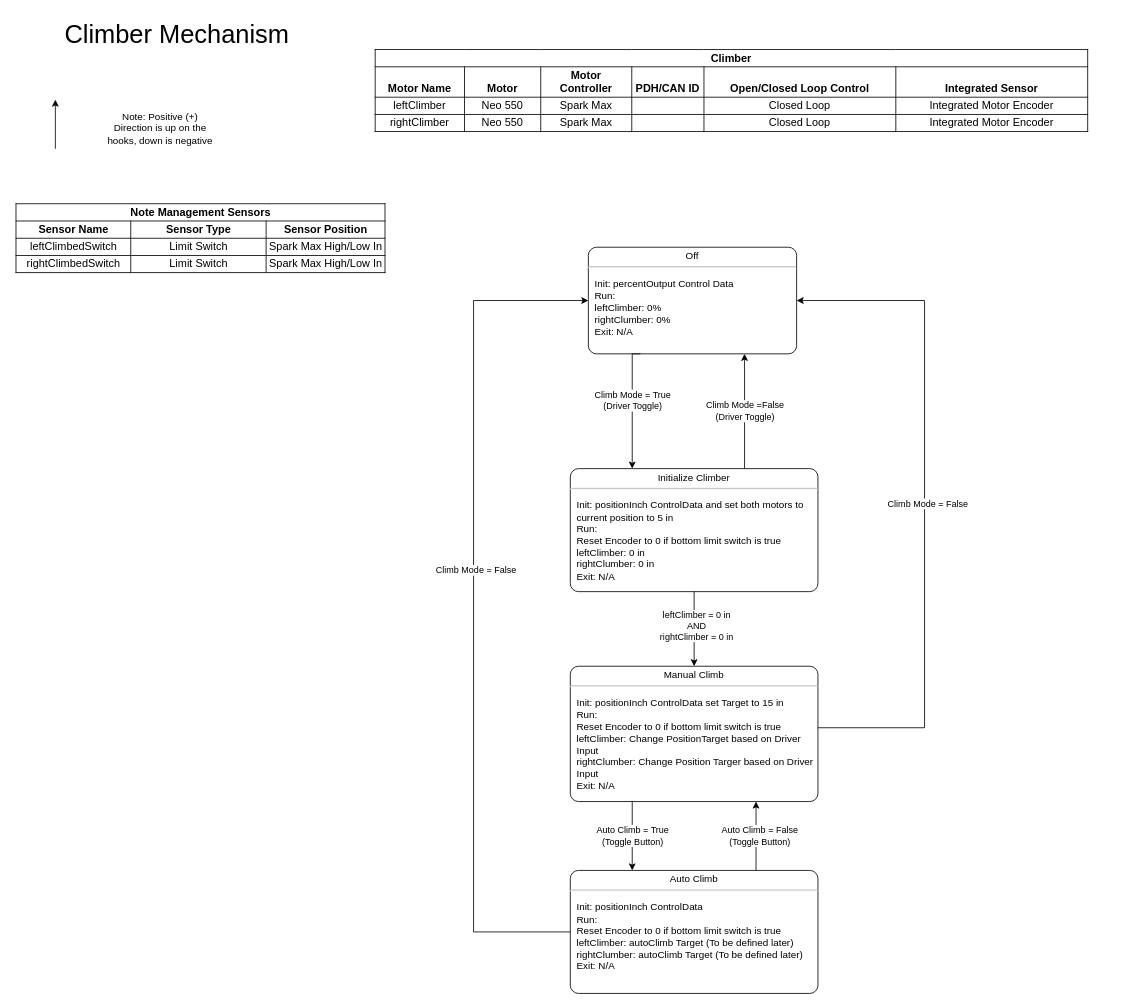
Earlier version of the draw.io diagram CodeDocumentation/Climber State Diagram.drawio (Team302/2024Crescendo). Source tidied: cells renumbered, new cells numbered last; positions are measured from the earlier drawing's top-left corner, leaving out a move shared by most shapes. Both pictures are drawn from the tidied source at 82%, with x=0, y=0 at pixel (14, 14).
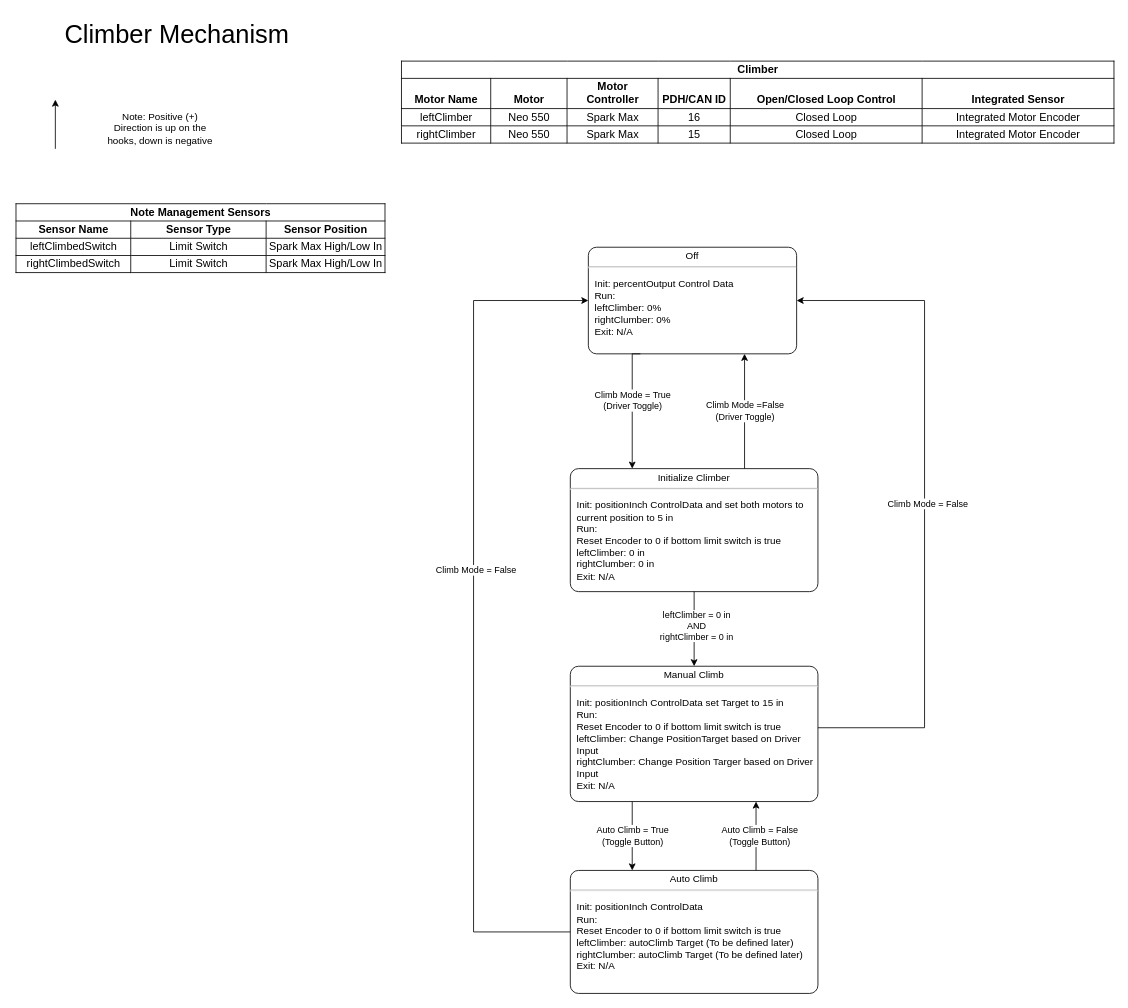
Above is the later version.

Commit message (it also covers changes not shown here):
Updated Motor Positions in Config

Change to the diagram source:
```diff
@@
-    <mxCell id="4" value="&#10;&lt;table style=&quot;table-layout:fixed;font-size:10pt;font-family:Arial;width:0px;border-collapse:collapse;border:none&quot; border=&quot;1&quot; dir=&quot;ltr&quot; cellpadding=&quot;0&quot; cellspacing=&quot;0&quot; xmlns=&quot;http://www.w3.org/1999/xhtml&quot;&gt;&lt;colgroup&gt;&lt;col width=&quot;109&quot;&gt;&lt;col width=&quot;93&quot;&gt;&lt;col width=&quot;111&quot;&gt;&lt;col width=&quot;88&quot;&gt;&lt;col width=&quot;234&quot;&gt;&lt;col width=&quot;234&quot;&gt;&lt;/colgroup&gt;&lt;tbody&gt;&lt;tr style=&quot;height:21px;&quot;&gt;&lt;td colspan=&quot;6&quot; rowspan=&quot;1&quot; style=&quot;border-top:1px solid #000000;border-right:1px solid #000000;border-bottom:1px solid #000000;border-left:1px solid #000000;overflow:hidden;padding:2px 3px 2px 3px;vertical-align:bottom;font-weight:bold;text-align:center;&quot;&gt;Climber&lt;/td&gt;&lt;/tr&gt;&lt;tr style=&quot;height:21px;&quot;&gt;&lt;td style=&quot;border-right:1px solid #000000;border-bottom:1px solid #000000;border-left:1px solid #000000;overflow:hidden;padding:2px 3px 2px 3px;vertical-align:bottom;font-weight:bold;text-align:center;&quot;&gt;Motor Name&lt;/td&gt;&lt;td style=&quot;border-right:1px solid #000000;border-bottom:1px solid #000000;overflow:hidden;padding:2px 3px 2px 3px;vertical-align:bottom;font-weight:bold;text-align:center;&quot;&gt;Motor&lt;/td&gt;&lt;td style=&quot;border-right:1px solid #000000;border-bottom:1px solid #000000;overflow:hidden;padding:2px 3px 2px 3px;vertical-align:bottom;font-weight:bold;text-align:center;&quot;&gt;Motor Controller&lt;/td&gt;&lt;td style=&quot;border-right:1px solid #000000;border-bottom:1px solid #000000;overflow:hidden;padding:2px 3px 2px 3px;vertical-align:bottom;font-weight:bold;text-align:center;&quot;&gt;PDH/CAN ID&lt;/td&gt;&lt;td style=&quot;border-right:1px solid #000000;border-bottom:1px solid #000000;overflow:hidden;padding:2px 3px 2px 3px;vertical-align:bottom;font-weight:bold;text-align:center;&quot;&gt;Open/Closed Loop Control&lt;/td&gt;&lt;td style=&quot;border-right:1px solid #000000;border-bottom:1px solid #000000;overflow:hidden;padding:2px 3px 2px 3px;vertical-align:bottom;font-weight:bold;text-align:center;&quot;&gt;Integrated Sensor&lt;/td&gt;&lt;/tr&gt;&lt;tr style=&quot;height:21px;&quot;&gt;&lt;td style=&quot;border-right:1px solid #000000;border-bottom:1px solid #000000;border-left:1px solid #000000;overflow:hidden;padding:2px 3px 2px 3px;vertical-align:middle;text-align:center;&quot;&gt;leftClimber&lt;/td&gt;&lt;td style=&quot;border-right:1px solid #000000;border-bottom:1px solid #000000;overflow:hidden;padding:2px 3px 2px 3px;vertical-align:middle;text-align:center;&quot;&gt;Neo 550&lt;/td&gt;&lt;td style=&quot;border-right:1px solid #000000;border-bottom:1px solid #000000;overflow:hidden;padding:2px 3px 2px 3px;vertical-align:middle;text-align:center;&quot;&gt;Spark Max&lt;/td&gt;&lt;td style=&quot;border-right:1px solid #000000;border-bottom:1px solid #000000;overflow:hidden;padding:2px 3px 2px 3px;vertical-align:middle;&quot;&gt;&lt;/td&gt;&lt;td style=&quot;border-right:1px solid #000000;border-bottom:1px solid #000000;overflow:hidden;padding:2px 3px 2px 3px;vertical-align:middle;text-align:center;&quot;&gt;Closed Loop&lt;/td&gt;&lt;td style=&quot;border-right: 1px solid rgb(0, 0, 0); border-bottom: 1px solid rgb(0, 0, 0); overflow: hidden; padding: 2px 3px; vertical-align: middle; overflow-wrap: break-word; text-align: center;&quot;&gt;Integrated Motor Encoder&lt;/td&gt;&lt;/tr&gt;&lt;tr style=&quot;height:21px;&quot;&gt;&lt;td style=&quot;border-right:1px solid #000000;border-bottom:1px solid #000000;border-left:1px solid #000000;overflow:hidden;padding:2px 3px 2px 3px;vertical-align:middle;text-align:center;&quot;&gt;rightClimber&lt;/td&gt;&lt;td style=&quot;border-right:1px solid #000000;border-bottom:1px solid #000000;overflow:hidden;padding:2px 3px 2px 3px;vertical-align:middle;text-align:center;&quot;&gt;Neo 550&lt;/td&gt;&lt;td style=&quot;border-right:1px solid #000000;border-bottom:1px solid #000000;overflow:hidden;padding:2px 3px 2px 3px;vertical-align:middle;text-align:center;&quot;&gt;Spark Max&lt;/td&gt;&lt;td style=&quot;border-right:1px solid #000000;border-bottom:1px solid #000000;overflow:hidden;padding:2px 3px 2px 3px;vertical-align:middle;&quot;&gt;&lt;/td&gt;&lt;td style=&quot;border-right:1px solid #000000;border-bottom:1px solid #000000;overflow:hidden;padding:2px 3px 2px 3px;vertical-align:middle;text-align:center;&quot;&gt;Closed Loop&lt;/td&gt;&lt;td style=&quot;border-right: 1px solid rgb(0, 0, 0); border-bottom: 1px solid rgb(0, 0, 0); overflow: hidden; padding: 2px 3px; vertical-align: middle; overflow-wrap: break-word; text-align: center;&quot;&gt;Integrated Motor Encoder&lt;/td&gt;&lt;/tr&gt;&lt;/tbody&gt;&lt;/table&gt;&#10;&#10;" style="text;html=1;strokeColor=none;fillColor=none;align=center;verticalAlign=middle;whiteSpace=wrap;rounded=0;" parent="1" vertex="1">
-      <mxGeometry x="769" y="50" width="211" height="100" as="geometry" />
-    </mxCell>
@@
+    <mxCell id="23" value="&lt;table xmlns=&quot;http://www.w3.org/1999/xhtml&quot; cellspacing=&quot;0&quot; cellpadding=&quot;0&quot; dir=&quot;ltr&quot; border=&quot;1&quot; style=&quot;table-layout:fixed;font-size:10pt;font-family:Arial;width:0px;border-collapse:collapse;border:none&quot;&gt;&lt;colgroup&gt;&lt;col width=&quot;109&quot;&gt;&lt;col width=&quot;93&quot;&gt;&lt;col width=&quot;111&quot;&gt;&lt;col width=&quot;88&quot;&gt;&lt;col width=&quot;234&quot;&gt;&lt;col width=&quot;234&quot;&gt;&lt;/colgroup&gt;&lt;tbody&gt;&lt;tr style=&quot;height:21px;&quot;&gt;&lt;td style=&quot;border-top:1px solid #000000;border-right:1px solid #000000;border-bottom:1px solid #000000;border-left:1px solid #000000;overflow:hidden;padding:2px 3px 2px 3px;vertical-align:bottom;font-weight:bold;text-align:center;&quot; rowspan=&quot;1&quot; colspan=&quot;6&quot;&gt;Climber&lt;/td&gt;&lt;/tr&gt;&lt;tr style=&quot;height:21px;&quot;&gt;&lt;td style=&quot;border-right:1px solid #000000;border-bottom:1px solid #000000;border-left:1px solid #000000;overflow:hidden;padding:2px 3px 2px 3px;vertical-align:bottom;font-weight:bold;text-align:center;&quot;&gt;Motor Name&lt;/td&gt;&lt;td style=&quot;border-right:1px solid #000000;border-bottom:1px solid #000000;overflow:hidden;padding:2px 3px 2px 3px;vertical-align:bottom;font-weight:bold;text-align:center;&quot;&gt;Motor&lt;/td&gt;&lt;td style=&quot;border-right:1px solid #000000;border-bottom:1px solid #000000;overflow:hidden;padding:2px 3px 2px 3px;vertical-align:bottom;font-weight:bold;text-align:center;&quot;&gt;Motor Controller&lt;/td&gt;&lt;td style=&quot;border-right:1px solid #000000;border-bottom:1px solid #000000;overflow:hidden;padding:2px 3px 2px 3px;vertical-align:bottom;font-weight:bold;text-align:center;&quot;&gt;PDH/CAN ID&lt;/td&gt;&lt;td style=&quot;border-right:1px solid #000000;border-bottom:1px solid #000000;overflow:hidden;padding:2px 3px 2px 3px;vertical-align:bottom;font-weight:bold;text-align:center;&quot;&gt;Open/Closed Loop Control&lt;/td&gt;&lt;td style=&quot;border-right:1px solid #000000;border-bottom:1px solid #000000;overflow:hidden;padding:2px 3px 2px 3px;vertical-align:bottom;font-weight:bold;text-align:center;&quot;&gt;Integrated Sensor&lt;/td&gt;&lt;/tr&gt;&lt;tr style=&quot;height:21px;&quot;&gt;&lt;td style=&quot;border-right:1px solid #000000;border-bottom:1px solid #000000;border-left:1px solid #000000;overflow:hidden;padding:2px 3px 2px 3px;vertical-align:middle;text-align:center;&quot;&gt;leftClimber&lt;/td&gt;&lt;td style=&quot;border-right:1px solid #000000;border-bottom:1px solid #000000;overflow:hidden;padding:2px 3px 2px 3px;vertical-align:middle;text-align:center;&quot;&gt;Neo 550&lt;/td&gt;&lt;td style=&quot;border-right:1px solid #000000;border-bottom:1px solid #000000;overflow:hidden;padding:2px 3px 2px 3px;vertical-align:middle;text-align:center;&quot;&gt;Spark Max&lt;/td&gt;&lt;td style=&quot;border-right:1px solid #000000;border-bottom:1px solid #000000;overflow:hidden;padding:2px 3px 2px 3px;vertical-align:middle;text-align:center;&quot;&gt;16&lt;/td&gt;&lt;td style=&quot;border-right:1px solid #000000;border-bottom:1px solid #000000;overflow:hidden;padding:2px 3px 2px 3px;vertical-align:middle;text-align:center;&quot;&gt;Closed Loop&lt;/td&gt;&lt;td style=&quot;border-right: 1px solid rgb(0, 0, 0); border-bottom: 1px solid rgb(0, 0, 0); overflow: hidden; padding: 2px 3px; vertical-align: middle; overflow-wrap: break-word; text-align: center;&quot;&gt;Integrated Motor Encoder&lt;/td&gt;&lt;/tr&gt;&lt;tr style=&quot;height:21px;&quot;&gt;&lt;td style=&quot;border-right:1px solid #000000;border-bottom:1px solid #000000;border-left:1px solid #000000;overflow:hidden;padding:2px 3px 2px 3px;vertical-align:middle;text-align:center;&quot;&gt;rightClimber&lt;/td&gt;&lt;td style=&quot;border-right:1px solid #000000;border-bottom:1px solid #000000;overflow:hidden;padding:2px 3px 2px 3px;vertical-align:middle;text-align:center;&quot;&gt;Neo 550&lt;/td&gt;&lt;td style=&quot;border-right:1px solid #000000;border-bottom:1px solid #000000;overflow:hidden;padding:2px 3px 2px 3px;vertical-align:middle;text-align:center;&quot;&gt;Spark Max&lt;/td&gt;&lt;td style=&quot;border-right:1px solid #000000;border-bottom:1px solid #000000;overflow:hidden;padding:2px 3px 2px 3px;vertical-align:middle;text-align:center;&quot;&gt;15&lt;/td&gt;&lt;td style=&quot;border-right:1px solid #000000;border-bottom:1px solid #000000;overflow:hidden;padding:2px 3px 2px 3px;vertical-align:middle;text-align:center;&quot;&gt;Closed Loop&lt;/td&gt;&lt;td style=&quot;border-right: 1px solid rgb(0, 0, 0); border-bottom: 1px solid rgb(0, 0, 0); overflow: hidden; padding: 2px 3px; vertical-align: middle; overflow-wrap: break-word; text-align: center;&quot;&gt;Integrated Motor Encoder&lt;/td&gt;&lt;/tr&gt;&lt;/tbody&gt;&lt;/table&gt;" style="text;whiteSpace=wrap;html=1;" parent="1" vertex="1">
+      <mxGeometry x="470" y="50" width="560" height="120" as="geometry" />
+    </mxCell>
```
